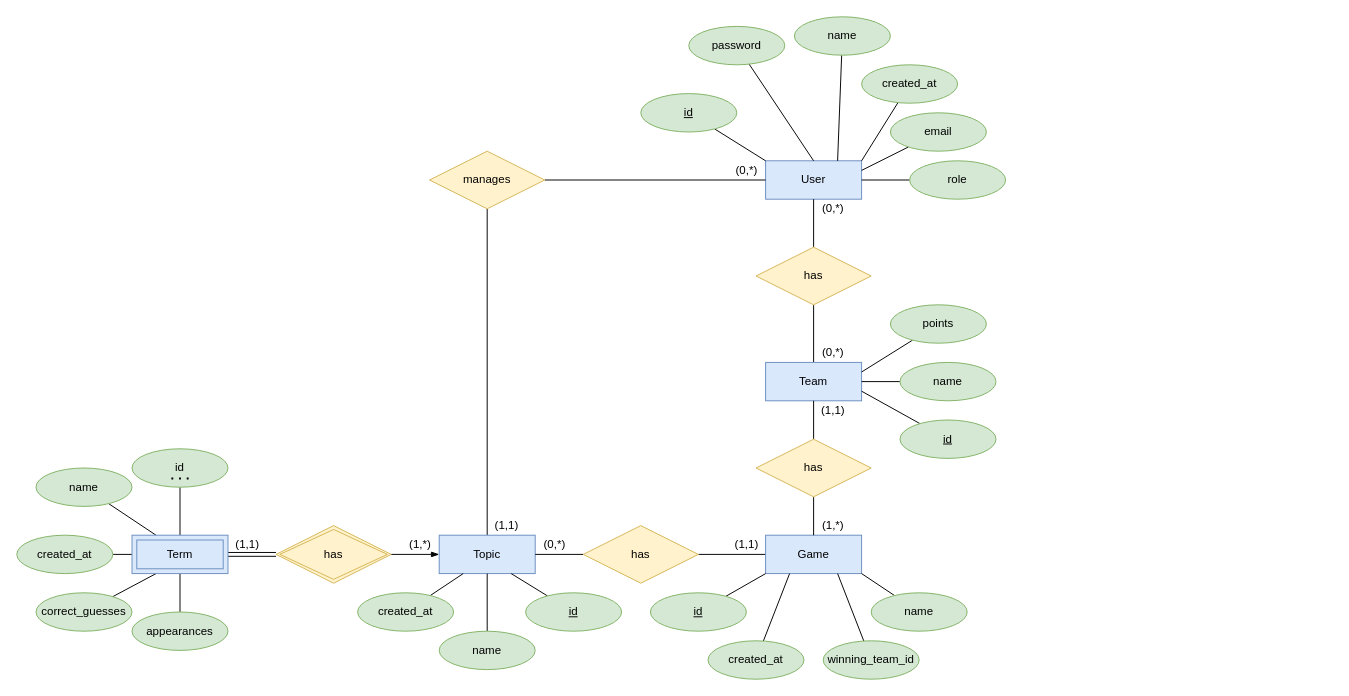
Before: documentation/diagrams/er_diagram.drawio in BeyerMart/softwareEngineeringClass-timeGuessGame, a draw.io diagram. Source tidied: cells renumbered, new cells numbered last; positions are measured from the earlier drawing's top-left corner, leaving out a move shared by most shapes. Both pictures are drawn from the tidied source at 96%, with x=0, y=0 at pixel (16, 16).
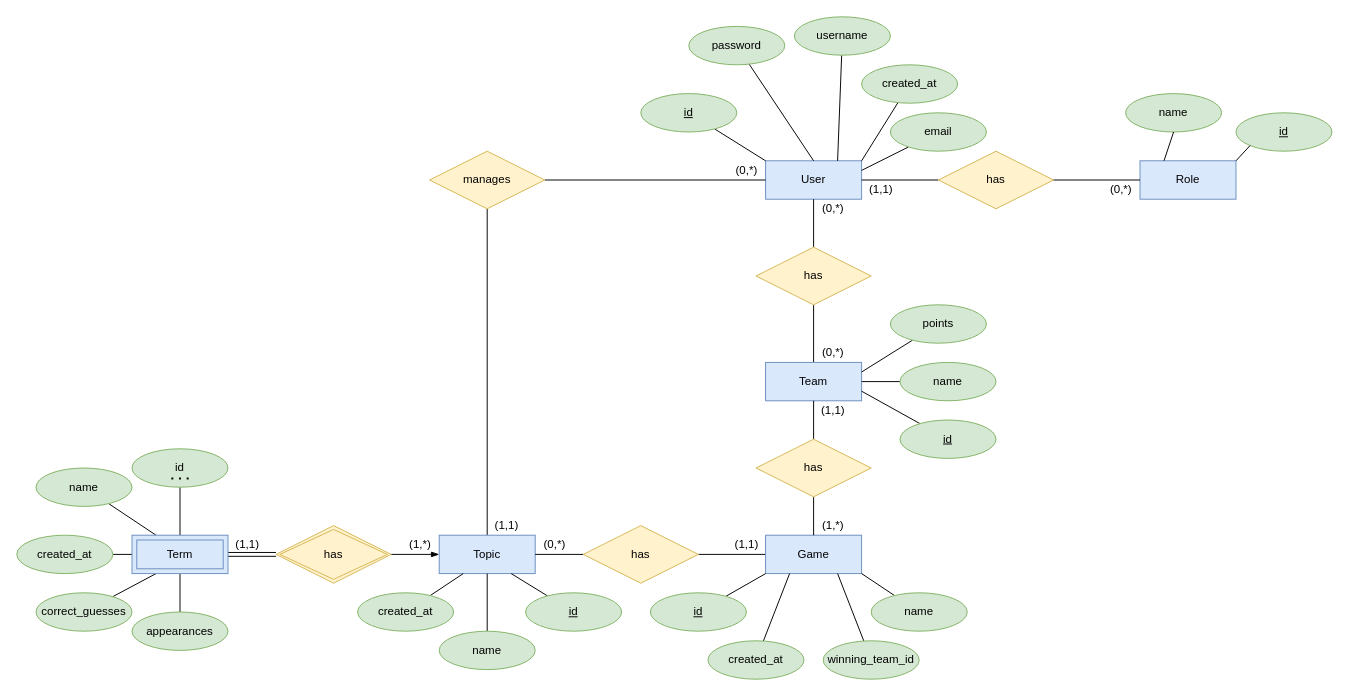
After the change.

Commit message:
Add role entity to er diagram

The change refers to these unchanged cells:
```xml
<mxCell id="2" value="&lt;div&gt;User&lt;/div&gt;" style="whiteSpace=wrap;html=1;align=center;fillColor=#dae8fc;strokeColor=#6c8ebf;" parent="1" vertex="1">
  <mxGeometry x="780" y="150" width="100" height="40" as="geometry" />
</mxCell>
```

Diff of the diagram source:
```diff
@@
-    <mxCell id="10" value="name" style="ellipse;whiteSpace=wrap;html=1;align=center;fillColor=#d5e8d4;strokeColor=#82b366;" parent="1" vertex="1">
+    <mxCell id="10" value="username" style="ellipse;whiteSpace=wrap;html=1;align=center;fillColor=#d5e8d4;strokeColor=#82b366;" parent="1" vertex="1">
       <mxGeometry x="810" width="100" height="40" as="geometry" />
     </mxCell>
@@
-    <mxCell id="71" style="edgeStyle=orthogonalEdgeStyle;rounded=0;jettySize=auto;html=1;entryX=1;entryY=0.5;entryDx=0;entryDy=0;endArrow=none;endFill=0;" parent="1" edge="1" source="72" target="2">
+    <mxCell id="71" style="edgeStyle=orthogonalEdgeStyle;rounded=0;jettySize=auto;html=1;entryX=1;entryY=0.5;entryDx=0;entryDy=0;endArrow=none;endFill=0;exitX=0;exitY=0.5;exitDx=0;exitDy=0;" parent="1" edge="1" source="78" target="2">
       <mxGeometry relative="1" as="geometry" />
     </mxCell>
-    <mxCell id="72" value="role" style="ellipse;whiteSpace=wrap;html=1;align=center;fillColor=#d5e8d4;strokeColor=#82b366;" parent="1" vertex="1">
-      <mxGeometry x="930" y="150" width="100" height="40" as="geometry" />
-    </mxCell>
@@
+    <mxCell id="77" value="&lt;div&gt;Role&lt;/div&gt;" style="whiteSpace=wrap;html=1;align=center;fillColor=#dae8fc;strokeColor=#6c8ebf;" parent="1" vertex="1">
+      <mxGeometry x="1170" y="150" width="100" height="40" as="geometry" />
+    </mxCell>
+    <mxCell id="78" value="has" style="shape=rhombus;perimeter=rhombusPerimeter;whiteSpace=wrap;html=1;align=center;fillColor=#fff2cc;strokeColor=#d6b656;" parent="1" vertex="1">
+      <mxGeometry x="960" y="140" width="120" height="60" as="geometry" />
+    </mxCell>
+    <mxCell id="79" style="edgeStyle=orthogonalEdgeStyle;rounded=0;jettySize=auto;html=1;entryX=1;entryY=0.5;entryDx=0;entryDy=0;endArrow=none;endFill=0;exitX=0;exitY=0.5;exitDx=0;exitDy=0;" parent="1" edge="1" source="77" target="78">
+      <mxGeometry relative="1" as="geometry" />
+    </mxCell>
+    <mxCell id="80" value="(1,1)" style="text;html=1;align=center;verticalAlign=middle;" parent="1" vertex="1">
+      <mxGeometry x="880" y="170" width="40" height="20" as="geometry" />
+    </mxCell>
+    <mxCell id="81" value="(0,*)" style="text;html=1;align=center;verticalAlign=middle;" parent="1" vertex="1">
+      <mxGeometry x="1130" y="170" width="40" height="20" as="geometry" />
+    </mxCell>
+    <mxCell id="82" value="name" style="ellipse;whiteSpace=wrap;html=1;align=center;fillColor=#d5e8d4;strokeColor=#82b366;" parent="1" vertex="1">
+      <mxGeometry x="1155" y="80" width="100" height="40" as="geometry" />
+    </mxCell>
+    <mxCell id="83" value="&lt;u&gt;id&lt;/u&gt;" style="ellipse;whiteSpace=wrap;html=1;align=center;fillColor=#d5e8d4;strokeColor=#82b366;" parent="1" vertex="1">
+      <mxGeometry x="1270" y="100" width="100" height="40" as="geometry" />
+    </mxCell>
+    <mxCell id="84" style="edgeStyle=none;rounded=0;jettySize=auto;html=1;entryX=1;entryY=0;entryDx=0;entryDy=0;startArrow=none;startFill=0;endArrow=none;endFill=0;exitX=0;exitY=1;exitDx=0;exitDy=0;" parent="1" edge="1" source="83" target="77">
+      <mxGeometry relative="1" as="geometry" />
+    </mxCell>
+    <mxCell id="85" style="edgeStyle=none;rounded=0;jettySize=auto;html=1;entryX=0.25;entryY=0;entryDx=0;entryDy=0;startArrow=none;startFill=0;endArrow=none;endFill=0;exitX=0.5;exitY=1;exitDx=0;exitDy=0;" parent="1" edge="1" source="82" target="77">
+      <mxGeometry relative="1" as="geometry" />
+    </mxCell>
```
